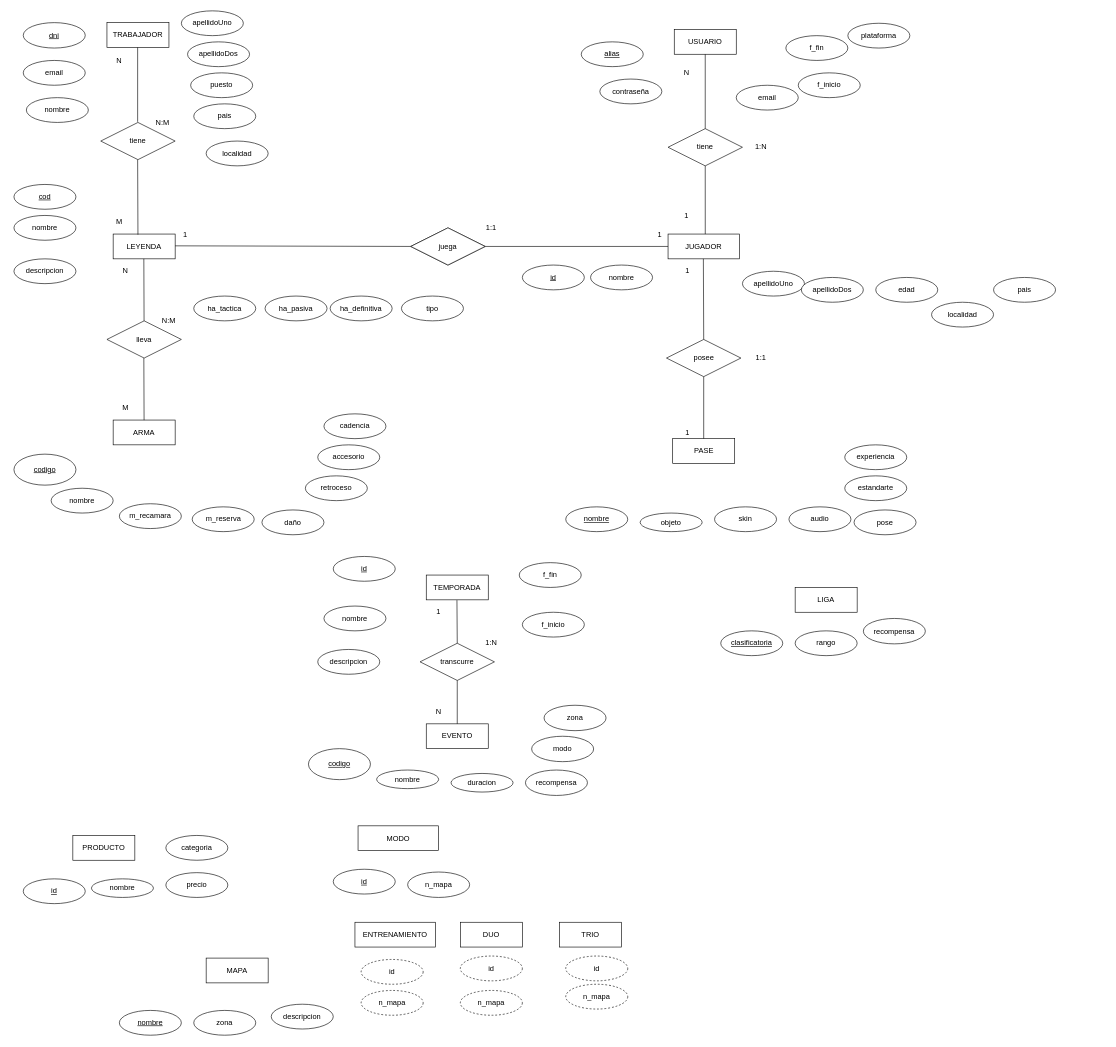
Above: modelo_entidad_relacion/modelo_entidad_relacion.drawio in raulgp97/base_de_datos_apex_leyends (draw.io), before the change. Source tidied: cells renumbered, new cells numbered last; positions are measured from the earlier drawing's top-left corner, leaving out a move shared by most shapes. Both pictures are drawn from the tidied source at 62%, with x=0, y=0 at pixel (14, 11).
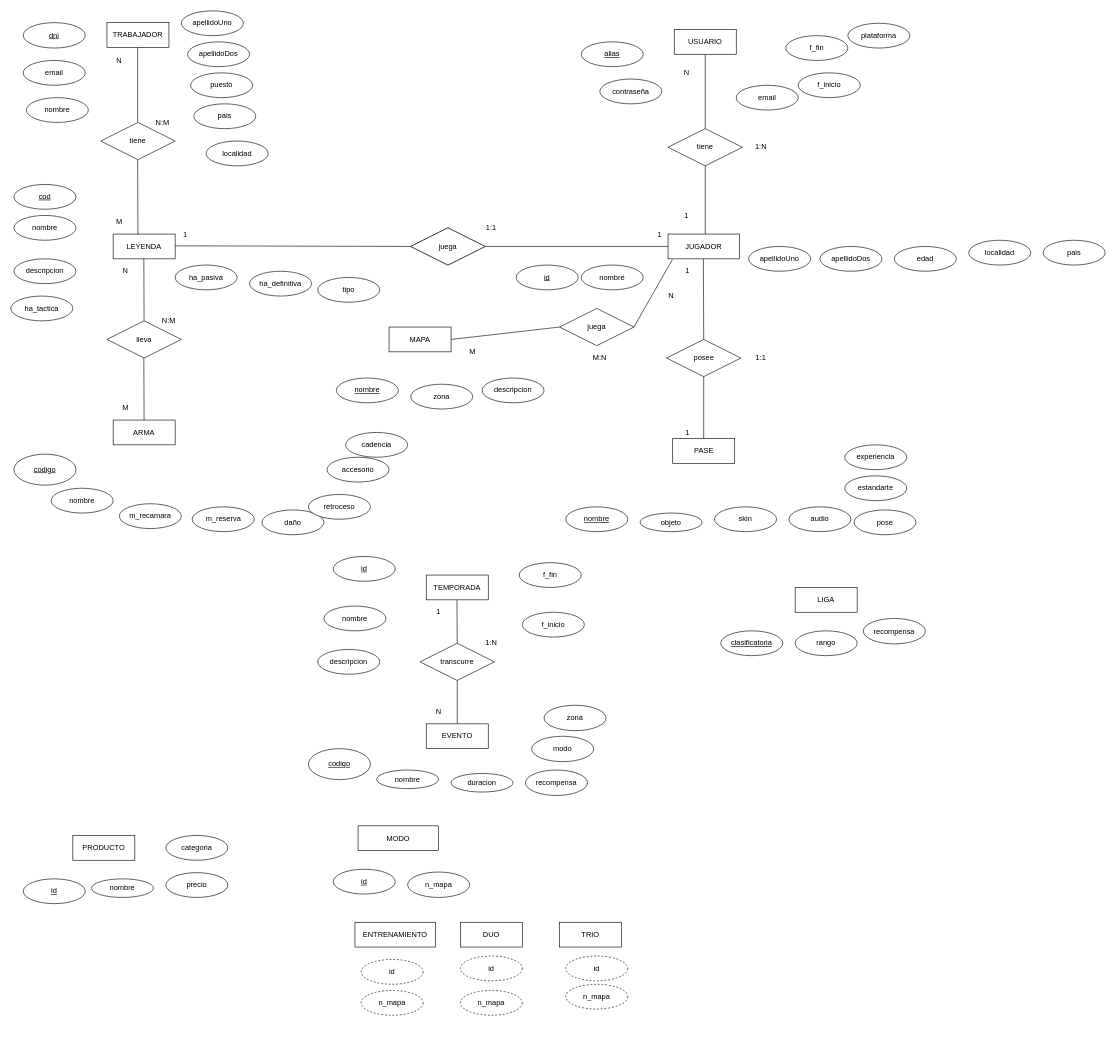
Above is the later version.

Commit message:
Relacion Jugador y Mapa modelo_entidad_relacion.drawio

The change refers to these unchanged cells:
```xml
<mxCell id="22" value="JUGADOR" style="whiteSpace=wrap;html=1;align=center;" parent="1" vertex="1">
  <mxGeometry x="1055" y="360" width="115" height="40" as="geometry" />
</mxCell>
```

The edit, as a diff of the source:
```diff
@@
     <mxCell id="5" value="MAPA" style="whiteSpace=wrap;html=1;align=center;" parent="1" vertex="1">
-      <mxGeometry x="310" y="1527.8" width="100" height="40" as="geometry" />
+      <mxGeometry x="605" y="510" width="100" height="40" as="geometry" />
     </mxCell>
@@
     <mxCell id="15" value="apellidoUno" style="ellipse;whiteSpace=wrap;html=1;align=center;" parent="1" vertex="1">
-      <mxGeometry x="1175" y="420" width="100" height="40" as="geometry" />
+      <mxGeometry x="1185" y="380" width="100" height="40" as="geometry" />
     </mxCell>
     <mxCell id="16" value="apellidoDos" style="ellipse;whiteSpace=wrap;html=1;align=center;" parent="1" vertex="1">
-      <mxGeometry x="1270" y="430" width="100" height="40" as="geometry" />
+      <mxGeometry x="1300" y="380" width="100" height="40" as="geometry" />
     </mxCell>
     <mxCell id="17" value="nombre" style="ellipse;whiteSpace=wrap;html=1;align=center;" parent="1" vertex="1">
-      <mxGeometry x="930" y="410" width="100" height="40" as="geometry" />
+      <mxGeometry x="915" y="410" width="100" height="40" as="geometry" />
     </mxCell>
@@
     <mxCell id="24" value="edad" style="ellipse;whiteSpace=wrap;html=1;align=center;" parent="1" vertex="1">
-      <mxGeometry x="1390" y="430" width="100" height="40" as="geometry" />
+      <mxGeometry x="1420" y="380" width="100" height="40" as="geometry" />
     </mxCell>
     <mxCell id="25" value="id" style="ellipse;whiteSpace=wrap;html=1;align=center;fontStyle=4;" parent="1" vertex="1">
-      <mxGeometry x="820" y="410" width="100" height="40" as="geometry" />
+      <mxGeometry x="810" y="410" width="100" height="40" as="geometry" />
     </mxCell>
@@
     <mxCell id="35" value="pais" style="ellipse;whiteSpace=wrap;html=1;align=center;" parent="1" vertex="1">
-      <mxGeometry x="1580" y="430" width="100" height="40" as="geometry" />
+      <mxGeometry x="1660" y="370" width="100" height="40" as="geometry" />
     </mxCell>
     <mxCell id="36" value="localidad" style="ellipse;whiteSpace=wrap;html=1;align=center;" parent="1" vertex="1">
-      <mxGeometry x="1480" y="470" width="100" height="40" as="geometry" />
+      <mxGeometry x="1540" y="370" width="100" height="40" as="geometry" />
     </mxCell>
@@
     <mxCell id="40" value="ha_tactica" style="ellipse;whiteSpace=wrap;html=1;align=center;" parent="1" vertex="1">
-      <mxGeometry x="290" y="460" width="100" height="40" as="geometry" />
+      <mxGeometry x="-5" y="460" width="100" height="40" as="geometry" />
     </mxCell>
     <mxCell id="41" value="ha_pasiva" style="ellipse;whiteSpace=wrap;html=1;align=center;" parent="1" vertex="1">
-      <mxGeometry x="405" y="460" width="100" height="40" as="geometry" />
+      <mxGeometry x="260" y="410" width="100" height="40" as="geometry" />
     </mxCell>
     <mxCell id="42" value="ha_definitiva" style="ellipse;whiteSpace=wrap;html=1;align=center;" parent="1" vertex="1">
-      <mxGeometry x="510" y="460" width="100" height="40" as="geometry" />
+      <mxGeometry x="380" y="420" width="100" height="40" as="geometry" />
     </mxCell>
     <mxCell id="43" value="tipo" style="ellipse;whiteSpace=wrap;html=1;align=center;" parent="1" vertex="1">
-      <mxGeometry x="625" y="460" width="100" height="40" as="geometry" />
+      <mxGeometry x="490" y="430" width="100" height="40" as="geometry" />
     </mxCell>
@@
     <mxCell id="49" value="zona" style="ellipse;whiteSpace=wrap;html=1;align=center;" parent="1" vertex="1">
-      <mxGeometry x="290" y="1612.2" width="100" height="40" as="geometry" />
+      <mxGeometry x="640" y="602.2" width="100" height="40" as="geometry" />
     </mxCell>
     <mxCell id="50" value="descripcion" style="ellipse;whiteSpace=wrap;html=1;align=center;" parent="1" vertex="1">
-      <mxGeometry x="415" y="1602.2" width="100" height="40" as="geometry" />
+      <mxGeometry x="755" y="592.2" width="100" height="40" as="geometry" />
     </mxCell>
     <mxCell id="51" value="nombre" style="ellipse;whiteSpace=wrap;html=1;align=center;fontStyle=4;" parent="1" vertex="1">
-      <mxGeometry x="170" y="1612.2" width="100" height="40" as="geometry" />
+      <mxGeometry x="520" y="592.2" width="100" height="40" as="geometry" />
     </mxCell>
@@
     <mxCell id="70" value="retroceso" style="ellipse;whiteSpace=wrap;html=1;align=center;" parent="1" vertex="1">
-      <mxGeometry x="470" y="750" width="100" height="40" as="geometry" />
+      <mxGeometry x="475" y="780" width="100" height="40" as="geometry" />
     </mxCell>
     <mxCell id="71" value="accesorio" style="ellipse;whiteSpace=wrap;html=1;align=center;" parent="1" vertex="1">
-      <mxGeometry x="490" y="700" width="100" height="40" as="geometry" />
+      <mxGeometry x="505" y="720" width="100" height="40" as="geometry" />
     </mxCell>
@@
     <mxCell id="73" value="cadencia" style="ellipse;whiteSpace=wrap;html=1;align=center;" parent="1" vertex="1">
-      <mxGeometry x="500" y="650" width="100" height="40" as="geometry" />
+      <mxGeometry x="535" y="680" width="100" height="40" as="geometry" />
     </mxCell>
@@
+    <mxCell id="126" value="juega" style="shape=rhombus;perimeter=rhombusPerimeter;whiteSpace=wrap;html=1;align=center;" parent="1" vertex="1">
+      <mxGeometry x="880" y="480" width="120" height="60" as="geometry" />
+    </mxCell>
+    <mxCell id="127" style="endArrow=none;html=1;rounded=0;exitX=1;exitY=0.5;exitDx=0;exitDy=0;entryX=0;entryY=0.5;entryDx=0;entryDy=0;" parent="1" edge="1" source="5" target="126">
+      <mxGeometry relative="1" as="geometry" />
+    </mxCell>
+    <mxCell id="128" style="endArrow=none;html=1;rounded=0;entryX=0.061;entryY=1.025;entryDx=0;entryDy=0;exitX=1;exitY=0.5;exitDx=0;exitDy=0;entryPerimeter=0;" parent="1" edge="1" source="126" target="22">
+      <mxGeometry relative="1" as="geometry" />
+    </mxCell>
+    <mxCell id="129" value="N" style="text;html=1;strokeColor=none;fillColor=none;align=center;verticalAlign=middle;whiteSpace=wrap;rounded=0;" parent="1" vertex="1">
+      <mxGeometry x="1040" y="450" width="40" height="20" as="geometry" />
+    </mxCell>
+    <mxCell id="130" value="M" style="text;html=1;strokeColor=none;fillColor=none;align=center;verticalAlign=middle;whiteSpace=wrap;rounded=0;" parent="1" vertex="1">
+      <mxGeometry x="720" y="540" width="40" height="20" as="geometry" />
+    </mxCell>
+    <mxCell id="131" value="M:N" style="text;html=1;strokeColor=none;fillColor=none;align=center;verticalAlign=middle;whiteSpace=wrap;rounded=0;" parent="1" vertex="1">
+      <mxGeometry x="925" y="550" width="40" height="20" as="geometry" />
+    </mxCell>
```
